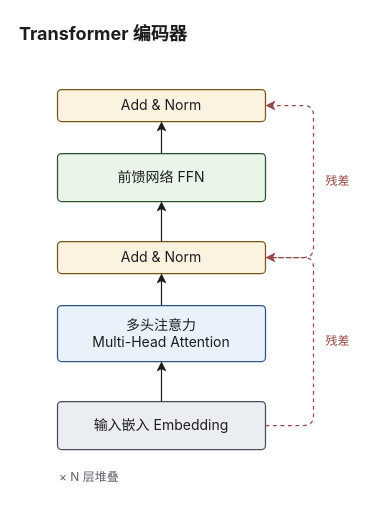
xingcanlee/astro-wisp keeps this draw.io diagram as page "encoder" (1 of 2) of src/content/shared/diagrams/transformer-block.drawio. Above is the earlier version. Source tidied: cells renumbered, new cells numbered last; positions are measured from the earlier drawing's top-left corner, leaving out a move shared by most shapes. Both pictures are drawn from the tidied source at 100%, with x=0, y=0 at pixel (17, 17).
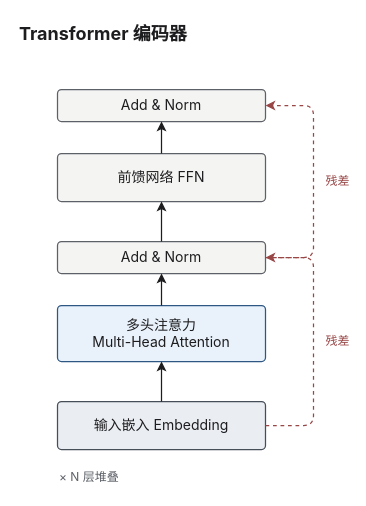
Above is the later version.

The edit, as a diff of the source:
```diff
@@
 <mxGraphModel>
   <root>
     <mxCell id="0" />
     <mxCell id="1" parent="0" />
     <mxCell id="2" value="Transformer 编码器" style="text;html=1;align=left;verticalAlign=middle;fontFamily=Inter;fontSize=18;fontStyle=1;fontColor=#1d1d1f;" parent="1" vertex="1">
       <mxGeometry width="240" height="32" as="geometry" />
     </mxCell>
     <mxCell id="3" value="输入嵌入 Embedding" style="rounded=1;absoluteArcSize=1;arcSize=8;whiteSpace=wrap;html=1;fillColor=#eaedf2;strokeColor=#464e57;strokeWidth=1.25;fontFamily=Inter;fontSize=14;fontColor=#1d1d1f;" parent="1" vertex="1">
       <mxGeometry x="40" y="384" width="208" height="48" as="geometry" />
     </mxCell>
     <mxCell id="4" value="多头注意力&lt;br&gt;Multi-Head Attention" style="rounded=1;absoluteArcSize=1;arcSize=8;whiteSpace=wrap;html=1;fillColor=#e9f2fb;strokeColor=#2f5783;strokeWidth=1.25;fontFamily=Inter;fontSize=14;fontColor=#1d1d1f;" parent="1" vertex="1">
       <mxGeometry x="40" y="288" width="208" height="56" as="geometry" />
     </mxCell>
-    <mxCell id="5" value="Add &amp;amp; Norm" style="rounded=1;absoluteArcSize=1;arcSize=8;whiteSpace=wrap;html=1;fillColor=#fbf2df;strokeColor=#7b5518;strokeWidth=1.25;fontFamily=Inter;fontSize=14;fontColor=#1d1d1f;" parent="1" vertex="1">
+    <mxCell id="5" value="Add &amp;amp; Norm" style="rounded=1;absoluteArcSize=1;arcSize=8;whiteSpace=wrap;html=1;fillColor=#f4f4f2;strokeColor=#5c6067;strokeWidth=1.25;fontFamily=Inter;fontSize=14;fontColor=#1d1d1f;" parent="1" vertex="1">
       <mxGeometry x="40" y="224" width="208" height="32" as="geometry" />
     </mxCell>
-    <mxCell id="6" value="前馈网络 FFN" style="rounded=1;absoluteArcSize=1;arcSize=8;whiteSpace=wrap;html=1;fillColor=#e9f5e9;strokeColor=#2c522d;strokeWidth=1.25;fontFamily=Inter;fontSize=14;fontColor=#1d1d1f;" parent="1" vertex="1">
+    <mxCell id="6" value="前馈网络 FFN" style="rounded=1;absoluteArcSize=1;arcSize=8;whiteSpace=wrap;html=1;fillColor=#f4f4f2;strokeColor=#5c6067;strokeWidth=1.25;fontFamily=Inter;fontSize=14;fontColor=#1d1d1f;" parent="1" vertex="1">
       <mxGeometry x="40" y="136" width="208" height="48" as="geometry" />
     </mxCell>
-    <mxCell id="7" value="Add &amp;amp; Norm" style="rounded=1;absoluteArcSize=1;arcSize=8;whiteSpace=wrap;html=1;fillColor=#fbf2df;strokeColor=#7b5518;strokeWidth=1.25;fontFamily=Inter;fontSize=14;fontColor=#1d1d1f;" parent="1" vertex="1">
+    <mxCell id="7" value="Add &amp;amp; Norm" style="rounded=1;absoluteArcSize=1;arcSize=8;whiteSpace=wrap;html=1;fillColor=#f4f4f2;strokeColor=#5c6067;strokeWidth=1.25;fontFamily=Inter;fontSize=14;fontColor=#1d1d1f;" parent="1" vertex="1">
       <mxGeometry x="40" y="72" width="208" height="32" as="geometry" />
     </mxCell>
     <mxCell id="8" style="endArrow=classic;html=1;strokeColor=#1d1d1f;strokeWidth=1.25;" parent="1" edge="1" source="3" target="4">
       <mxGeometry relative="1" as="geometry" />
     </mxCell>
     <mxCell id="9" style="endArrow=classic;html=1;strokeColor=#1d1d1f;strokeWidth=1.25;" parent="1" edge="1" source="4" target="5">
       <mxGeometry relative="1" as="geometry" />
     </mxCell>
     <mxCell id="10" style="endArrow=classic;html=1;strokeColor=#1d1d1f;strokeWidth=1.25;" parent="1" edge="1" source="5" target="6">
       <mxGeometry relative="1" as="geometry" />
     </mxCell>
     <mxCell id="11" style="endArrow=classic;html=1;strokeColor=#1d1d1f;strokeWidth=1.25;" parent="1" edge="1" source="6" target="7">
       <mxGeometry relative="1" as="geometry" />
     </mxCell>
     <mxCell id="12" value="残差" style="edgeStyle=orthogonalEdgeStyle;rounded=1;endArrow=classic;html=1;strokeColor=#984646;strokeWidth=1.25;dashed=1;fontFamily=Inter;fontSize=12;fontColor=#984646;exitX=1;exitY=0.5;entryX=1;entryY=0.5;" parent="1" edge="1" source="3" target="5">
       <mxGeometry relative="1" as="geometry">
         <Array as="points">
           <mxPoint x="296" y="408" />
           <mxPoint x="296" y="240" />
         </Array>
         <mxPoint x="24" as="offset" />
       </mxGeometry>
     </mxCell>
     <mxCell id="13" value="残差" style="edgeStyle=orthogonalEdgeStyle;rounded=1;endArrow=classic;html=1;strokeColor=#984646;strokeWidth=1.25;dashed=1;fontFamily=Inter;fontSize=12;fontColor=#984646;exitX=1;exitY=0.5;entryX=1;entryY=0.5;" parent="1" edge="1" source="5" target="7">
       <mxGeometry relative="1" as="geometry">
         <Array as="points">
           <mxPoint x="296" y="240" />
           <mxPoint x="296" y="88" />
         </Array>
         <mxPoint x="24" as="offset" />
       </mxGeometry>
     </mxCell>
     <mxCell id="14" value="× N 层堆叠" style="text;html=1;align=left;verticalAlign=middle;fontFamily=Inter;fontSize=12;fontColor=#5c6067;" parent="1" vertex="1">
       <mxGeometry x="40" y="448" width="160" height="24" as="geometry" />
     </mxCell>
   </root>
 </mxGraphModel>
```
